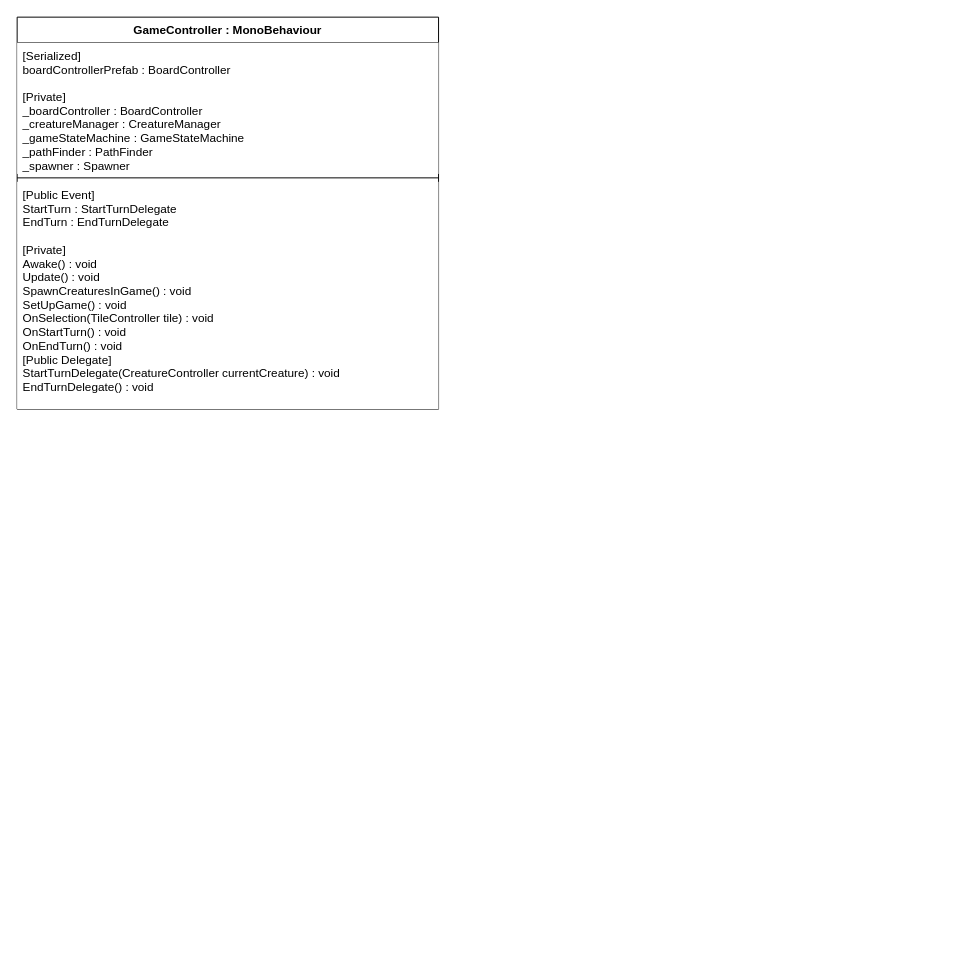
Earlier version of the draw.io diagram Assets/Script/Diagrams/ClassDiagram.drawio (MightyShrimpStudio/TileSystem). Source tidied: cells renumbered, new cells numbered last; positions are measured from the earlier drawing's top-left corner, leaving out a move shared by most shapes. Both pictures are drawn from the tidied source at 98%, with x=0, y=0 at pixel (17, 17).
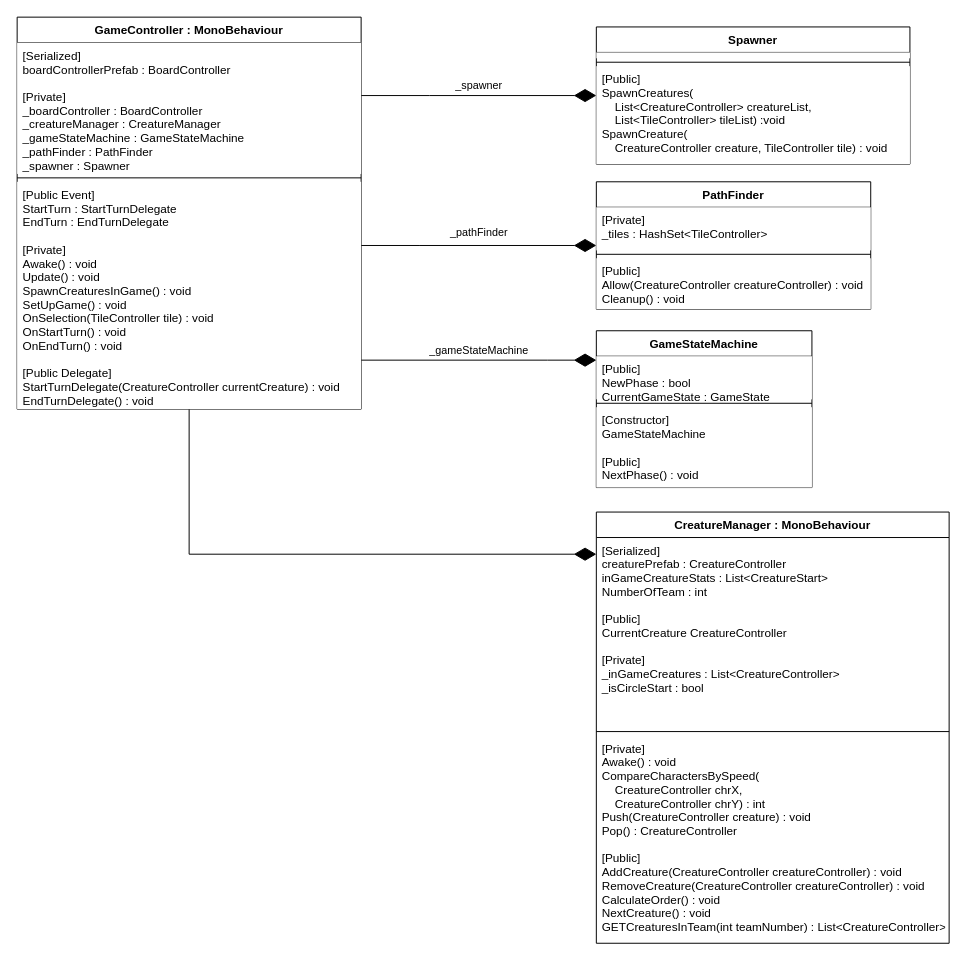
The same diagram, later.

Change to the diagram source:
```diff
@@
+    <mxCell id="6" value="_spawner" style="edgeStyle=orthogonalEdgeStyle;rounded=0;jettySize=auto;html=1;endArrow=diamondThin;endFill=1;startSize=20;endSize=20;" parent="1" edge="1" source="2" target="10">
+      <mxGeometry y="10" relative="1" as="geometry">
+        <Array as="points">
+          <mxPoint x="421" y="80" />
+          <mxPoint x="421" y="80" />
+        </Array>
+      </mxGeometry>
+    </mxCell>
+    <mxCell id="7" value="_pathFinder" style="edgeStyle=orthogonalEdgeStyle;rounded=0;jettySize=auto;html=1;endArrow=diamondThin;endFill=1;startSize=20;endSize=20;" parent="1" edge="1" source="2" target="14">
+      <mxGeometry y="13" relative="1" as="geometry">
+        <Array as="points">
+          <mxPoint x="411" y="233" />
+          <mxPoint x="411" y="233" />
+        </Array>
+      </mxGeometry>
+    </mxCell>
+    <mxCell id="8" value="_gameStateMachine" style="edgeStyle=orthogonalEdgeStyle;rounded=0;jettySize=auto;html=1;endArrow=diamondThin;endFill=1;startSize=20;endSize=20;" parent="1" edge="1" source="2" target="18">
+      <mxGeometry y="10" relative="1" as="geometry">
+        <Array as="points">
+          <mxPoint x="541" y="350" />
+          <mxPoint x="541" y="350" />
+        </Array>
+      </mxGeometry>
+    </mxCell>
+    <mxCell id="9" style="edgeStyle=orthogonalEdgeStyle;rounded=0;jettySize=auto;html=1;endArrow=diamondThin;endFill=1;startSize=20;endSize=20;" parent="1" edge="1" source="2" target="22">
+      <mxGeometry relative="1" as="geometry">
+        <Array as="points">
+          <mxPoint x="176" y="548" />
+        </Array>
+      </mxGeometry>
+    </mxCell>
     <mxCell id="2" value="GameController : MonoBehaviour" style="swimlane;fontStyle=1;align=center;verticalAlign=top;horizontal=1;startSize=26;rounded=0;sketch=0;glass=0;" parent="1" vertex="1">
-      <mxGeometry width="430" height="400" as="geometry" />
+      <mxGeometry width="351" height="400" as="geometry" />
     </mxCell>
     <mxCell id="3" value="[Serialized]&#10;boardControllerPrefab : BoardController&#10;&#10;[Private]&#10;_boardController : BoardController&#10;_creatureManager : CreatureManager&#10;_gameStateMachine : GameStateMachine&#10;_pathFinder : PathFinder&#10;_spawner : Spawner&#10;" style="text;strokeColor=none;align=left;verticalAlign=top;spacingLeft=4;spacingRight=4;overflow=hidden;labelBackgroundColor=none;fillColor=#ffffff;" parent="2" vertex="1">
-      <mxGeometry y="26" width="430" height="134" as="geometry" />
+      <mxGeometry y="26" width="351" height="134" as="geometry" />
     </mxCell>
     <mxCell id="4" style="line;strokeWidth=1;align=left;verticalAlign=middle;spacingTop=-1;spacingLeft=3;spacingRight=3;labelPosition=right;" parent="2" vertex="1">
-      <mxGeometry y="160" width="430" height="8" as="geometry" />
+      <mxGeometry y="160" width="351" height="8" as="geometry" />
     </mxCell>
-    <mxCell id="5" value="[Public Event]&#10;StartTurn : StartTurnDelegate&#10;EndTurn : EndTurnDelegate&#10;&#10;[Private]&#10;Awake() : void&#10;Update() : void&#10;SpawnCreaturesInGame() : void&#10;SetUpGame() : void&#10;OnSelection(TileController tile) : void&#10;OnStartTurn() : void&#10;OnEndTurn() : void&#10;[Public Delegate]&#10;StartTurnDelegate(CreatureController currentCreature) : void&#10;EndTurnDelegate() : void&#10;" style="text;strokeColor=none;align=left;verticalAlign=top;spacingLeft=4;spacingRight=4;overflow=hidden;fillColor=#ffffff;" parent="2" vertex="1">
-      <mxGeometry y="168" width="430" height="232" as="geometry" />
+    <mxCell id="5" value="[Public Event]&#10;StartTurn : StartTurnDelegate&#10;EndTurn : EndTurnDelegate&#10;&#10;[Private]&#10;Awake() : void&#10;Update() : void&#10;SpawnCreaturesInGame() : void&#10;SetUpGame() : void&#10;OnSelection(TileController tile) : void&#10;OnStartTurn() : void&#10;OnEndTurn() : void&#10;&#10;[Public Delegate]&#10;StartTurnDelegate(CreatureController currentCreature) : void&#10;EndTurnDelegate() : void&#10;" style="text;strokeColor=none;align=left;verticalAlign=top;spacingLeft=4;spacingRight=4;overflow=hidden;fillColor=#ffffff;" parent="2" vertex="1">
+      <mxGeometry y="168" width="351" height="232" as="geometry" />
     </mxCell>
+    <mxCell id="10" value="Spawner" style="swimlane;fontStyle=1;align=center;verticalAlign=top;horizontal=1;startSize=26;rounded=0;glass=0;labelBackgroundColor=none;sketch=0;" parent="1" vertex="1">
+      <mxGeometry x="591" y="10" width="320" height="140" as="geometry" />
+    </mxCell>
+    <mxCell id="11" style="text;strokeColor=none;align=left;verticalAlign=top;spacingLeft=4;spacingRight=4;overflow=hidden;fillColor=#ffffff;" parent="10" vertex="1">
+      <mxGeometry y="26" width="320" height="6" as="geometry" />
+    </mxCell>
+    <mxCell id="12" style="line;strokeWidth=1;align=left;verticalAlign=middle;spacingTop=-1;spacingLeft=3;spacingRight=3;labelPosition=right;" parent="10" vertex="1">
+      <mxGeometry y="32" width="320" height="8" as="geometry" />
+    </mxCell>
+    <mxCell id="13" value="[Public]&#10;SpawnCreatures(&#10;    List&lt;CreatureController&gt; creatureList, &#10;    List&lt;TileController&gt; tileList) :void&#10;SpawnCreature(&#10;    CreatureController creature, TileController tile) : void" style="text;strokeColor=none;align=left;verticalAlign=top;spacingLeft=4;spacingRight=4;overflow=hidden;fillColor=#ffffff;" parent="10" vertex="1">
+      <mxGeometry y="40" width="320" height="100" as="geometry" />
+    </mxCell>
+    <mxCell id="14" value="PathFinder" style="swimlane;fontStyle=1;align=center;verticalAlign=top;horizontal=1;startSize=26;rounded=0;glass=0;labelBackgroundColor=none;sketch=0;" parent="1" vertex="1">
+      <mxGeometry x="591" y="168" width="280" height="130" as="geometry" />
+    </mxCell>
+    <mxCell id="15" value="[Private]&#10;_tiles : HashSet&lt;TileController&gt;&#10;" style="text;strokeColor=none;align=left;verticalAlign=top;spacingLeft=4;spacingRight=4;overflow=hidden;fillColor=#ffffff;" parent="14" vertex="1">
+      <mxGeometry y="26" width="280" height="44" as="geometry" />
+    </mxCell>
+    <mxCell id="16" style="line;strokeWidth=1;align=left;verticalAlign=middle;spacingTop=-1;spacingLeft=3;spacingRight=3;labelPosition=right;" parent="14" vertex="1">
+      <mxGeometry y="70" width="280" height="8" as="geometry" />
+    </mxCell>
+    <mxCell id="17" value="[Public]&#10;Allow(CreatureController creatureController) : void&#10;Cleanup() : void&#10;" style="text;strokeColor=none;align=left;verticalAlign=top;spacingLeft=4;spacingRight=4;overflow=hidden;fillColor=#ffffff;" parent="14" vertex="1">
+      <mxGeometry y="78" width="280" height="52" as="geometry" />
+    </mxCell>
+    <mxCell id="18" value="GameStateMachine" style="swimlane;fontStyle=1;align=center;verticalAlign=top;horizontal=1;startSize=26;rounded=0;glass=0;labelBackgroundColor=none;sketch=0;" parent="1" vertex="1">
+      <mxGeometry x="591" y="320" width="220" height="160" as="geometry" />
+    </mxCell>
+    <mxCell id="19" value="[Public]&#10;NewPhase : bool&#10;CurrentGameState : GameState" style="text;strokeColor=none;align=left;verticalAlign=top;spacingLeft=4;spacingRight=4;overflow=hidden;fillColor=#ffffff;" parent="18" vertex="1">
+      <mxGeometry y="26" width="220" height="44" as="geometry" />
+    </mxCell>
+    <mxCell id="20" style="line;strokeWidth=1;align=left;verticalAlign=middle;spacingTop=-1;spacingLeft=3;spacingRight=3;labelPosition=right;" parent="18" vertex="1">
+      <mxGeometry y="70" width="220" height="8" as="geometry" />
+    </mxCell>
+    <mxCell id="21" value="[Constructor]&#10;GameStateMachine&#10;&#10;[Public]&#10;NextPhase() : void&#10;" style="text;strokeColor=none;align=left;verticalAlign=top;spacingLeft=4;spacingRight=4;overflow=hidden;fillColor=#ffffff;" parent="18" vertex="1">
+      <mxGeometry y="78" width="220" height="82" as="geometry" />
+    </mxCell>
+    <mxCell id="22" value="CreatureManager : MonoBehaviour" style="swimlane;fontStyle=1;align=center;verticalAlign=top;horizontal=1;startSize=26;rounded=0;glass=0;labelBackgroundColor=none;sketch=0;fillColor=#ffffff;" parent="1" vertex="1">
+      <mxGeometry x="591" y="505" width="360" height="440" as="geometry" />
+    </mxCell>
+    <mxCell id="23" value="[Serialized]&#10;creaturePrefab : CreatureController&#10;inGameCreatureStats : List&lt;CreatureStart&gt;&#10;NumberOfTeam : int&#10;&#10;[Public]&#10;CurrentCreature CreatureController&#10;&#10;[Private]&#10;_inGameCreatures : List&lt;CreatureController&gt;&#10;_isCircleStart : bool&#10;" style="text;strokeColor=none;fillColor=none;align=left;verticalAlign=top;spacingLeft=4;spacingRight=4;overflow=hidden;" parent="22" vertex="1">
+      <mxGeometry y="26" width="360" height="194" as="geometry" />
+    </mxCell>
+    <mxCell id="24" style="line;strokeWidth=1;fillColor=none;align=left;verticalAlign=middle;spacingTop=-1;spacingLeft=3;spacingRight=3;labelPosition=right;" parent="22" vertex="1">
+      <mxGeometry y="220" width="360" height="8" as="geometry" />
+    </mxCell>
+    <mxCell id="25" value="[Private]&#10;Awake() : void&#10;CompareCharactersBySpeed(&#10;    CreatureController chrX, &#10;    CreatureController chrY) : int&#10;Push(CreatureController creature) : void&#10;Pop() : CreatureController&#10;&#10;[Public]&#10;AddCreature(CreatureController creatureController) : void&#10;RemoveCreature(CreatureController creatureController) : void&#10;CalculateOrder() : void&#10;NextCreature() : void&#10;GETCreaturesInTeam(int teamNumber) : List&lt;CreatureController&gt;&#10;" style="text;strokeColor=none;fillColor=none;align=left;verticalAlign=top;spacingLeft=4;spacingRight=4;overflow=hidden;" parent="22" vertex="1">
+      <mxGeometry y="228" width="360" height="212" as="geometry" />
+    </mxCell>
```
